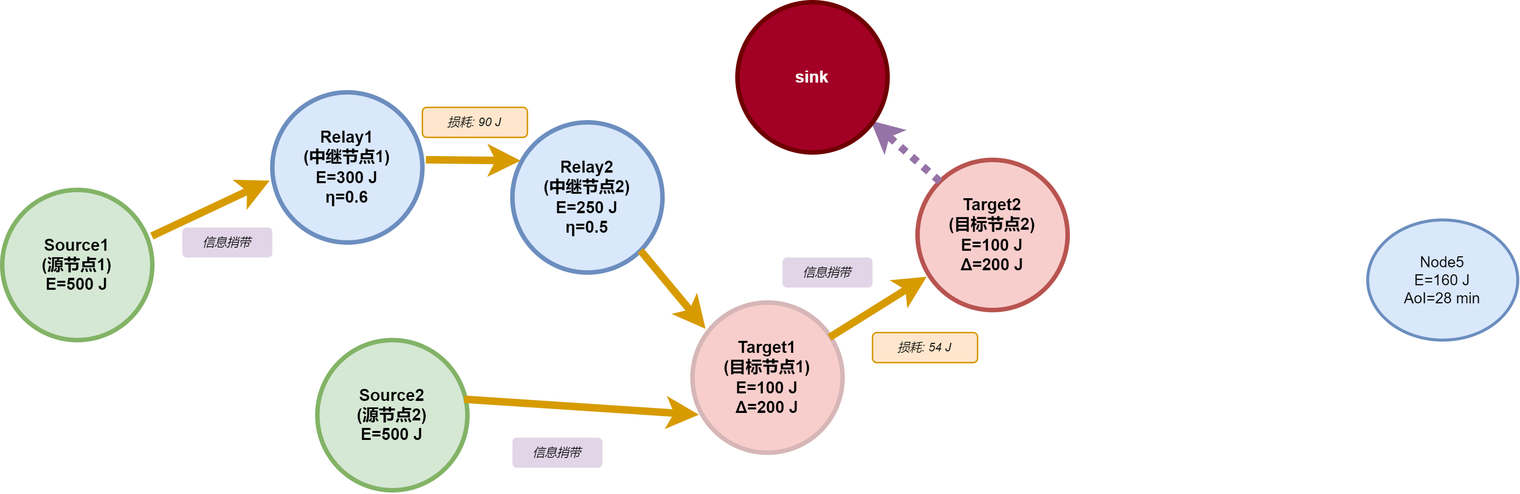
Above: paper_p/sections/figures/eetor_path_selection.png in Sherlock0129/WSN_ES (draw.io), before the change. Source tidied: cells renumbered, new cells last; positions are measured from the earlier drawing's top-left corner, leaving out a move shared by most shapes.
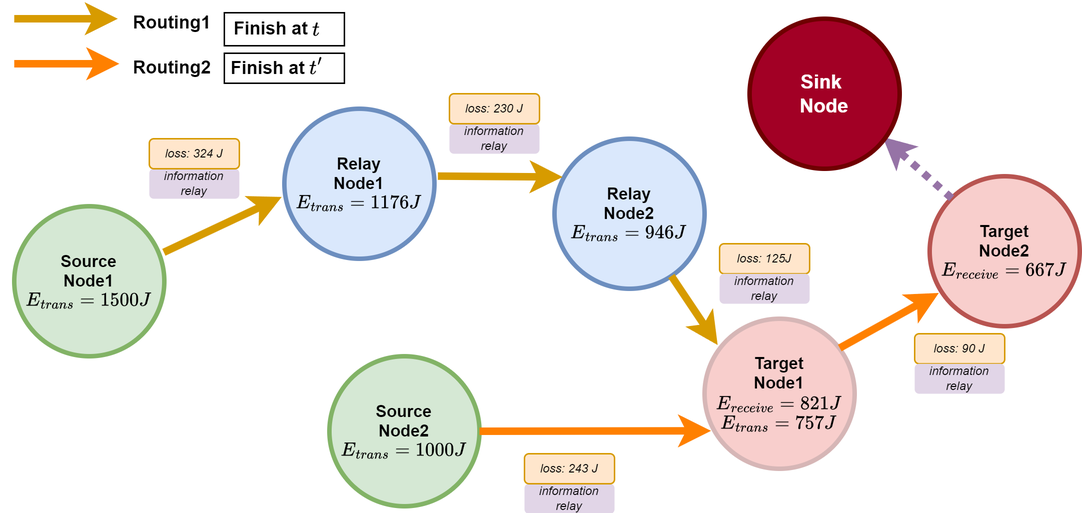
The same file after the commit.

Diff of the diagram source:
```diff
@@ -2,40 +2,40 @@
   <root>
     <mxCell id="0" />
     <mxCell id="1" parent="0" />
+    <mxCell id="21" style="rounded=0;whiteSpace=wrap;html=1;" parent="1" vertex="1">
+      <mxGeometry x="140" y="23" width="80" height="20" as="geometry" />
+    </mxCell>
+    <mxCell id="22" style="rounded=0;whiteSpace=wrap;html=1;" parent="1" vertex="1">
+      <mxGeometry x="140" y="-4" width="80" height="22" as="geometry" />
+    </mxCell>
-    <mxCell id="2" value="Source1&lt;br&gt;(源节点1)&lt;br&gt;E=500 J" style="ellipse;whiteSpace=wrap;html=1;fillColor=#d5e8d4;strokeColor=#82b366;strokeWidth=3;fontSize=11;fontStyle=1;" parent="1" vertex="1">
+    <mxCell id="2" value="Source&lt;div&gt;Node&lt;span style=&quot;background-color: initial;&quot;&gt;1&lt;/span&gt;&lt;/div&gt;&lt;div&gt;`E_{trans}=1500 J`&lt;/div&gt;" style="ellipse;whiteSpace=wrap;html=1;fillColor=#d5e8d4;strokeColor=#82b366;strokeWidth=3;fontSize=11;fontStyle=1;" parent="1" vertex="1">
       <mxGeometry y="125" width="100" height="100" as="geometry" />
     </mxCell>
-    <mxCell id="3" value="Relay1&#10;(中继节点1)&#10;E=300 J&#10;η=0.6" style="ellipse;whiteSpace=wrap;html=1;fillColor=#dae8fc;strokeColor=#6c8ebf;strokeWidth=3;fontSize=11;fontStyle=1;" parent="1" vertex="1">
+    <mxCell id="3" value="Relay&lt;div&gt;Node1&lt;/div&gt;&lt;div&gt;`E_{trans}=1176 J`&lt;br&gt;&lt;/div&gt;" style="ellipse;whiteSpace=wrap;html=1;fillColor=#dae8fc;strokeColor=#6c8ebf;strokeWidth=3;fontSize=11;fontStyle=1;" parent="1" vertex="1">
       <mxGeometry x="180" y="60" width="100" height="100" as="geometry" />
     </mxCell>
-    <mxCell id="4" value="Relay2&#10;(中继节点2)&#10;E=250 J&#10;η=0.5" style="ellipse;whiteSpace=wrap;html=1;fillColor=#dae8fc;strokeColor=#6c8ebf;strokeWidth=3;fontSize=11;fontStyle=1;" parent="1" vertex="1">
-      <mxGeometry x="340" y="80" width="100" height="100" as="geometry" />
+    <mxCell id="4" value="Relay&lt;div&gt;Node2&lt;br&gt;`E_{trans}=946 J`&lt;br&gt;&lt;/div&gt;" style="ellipse;whiteSpace=wrap;html=1;fillColor=#dae8fc;strokeColor=#6c8ebf;strokeWidth=3;fontSize=11;fontStyle=1;" parent="1" vertex="1">
+      <mxGeometry x="360" y="80" width="100" height="100" as="geometry" />
     </mxCell>
-    <mxCell id="5" value="Target1&lt;br&gt;(目标节点1)&lt;br&gt;E=100 J&lt;br&gt;Δ=200 J" style="ellipse;whiteSpace=wrap;html=1;fillColor=#f8cecc;strokeColor=#D6B6B6;strokeWidth=3;fontSize=11;fontStyle=1;" parent="1" vertex="1">
+    <mxCell id="5" value="Target&lt;div&gt;Node1&lt;br&gt;&lt;/div&gt;&lt;div&gt;`E_{receive}=821 J`&lt;br&gt;&lt;/div&gt;&lt;div&gt;`E_{trans}=757 J`&lt;br&gt;&lt;/div&gt;" style="ellipse;whiteSpace=wrap;html=1;fillColor=#f8cecc;strokeColor=#D6B6B6;strokeWidth=3;fontSize=11;fontStyle=1;" parent="1" vertex="1">
       <mxGeometry x="460" y="200" width="100" height="100" as="geometry" />
     </mxCell>
-    <mxCell id="6" value="Node5&#10;E=160 J&#10;AoI=28 min" style="ellipse;whiteSpace=wrap;html=1;fillColor=#dae8fc;strokeColor=#6c8ebf;strokeWidth=2;fontSize=10;" parent="1" vertex="1">
-      <mxGeometry x="910" y="145" width="100" height="80" as="geometry" />
-    </mxCell>
-    <mxCell id="7" value="信息捎带" style="text;html=1;strokeColor=none;fillColor=#e1d5e7;align=center;verticalAlign=middle;whiteSpace=wrap;rounded=1;fontSize=8;fontStyle=2;" parent="1" vertex="1">
-      <mxGeometry x="120" y="150" width="60" height="20" as="geometry" />
+    <mxCell id="7" value="information relay" style="text;html=1;strokeColor=none;fillColor=#e1d5e7;align=center;verticalAlign=middle;whiteSpace=wrap;rounded=1;fontSize=8;fontStyle=2;" parent="1" vertex="1">
+      <mxGeometry x="90" y="100" width="60" height="20" as="geometry" />
     </mxCell>
-    <mxCell id="8" value="信息捎带" style="text;html=1;strokeColor=none;fillColor=#e1d5e7;align=center;verticalAlign=middle;whiteSpace=wrap;rounded=1;fontSize=8;fontStyle=2;" parent="1" vertex="1">
-      <mxGeometry x="340" y="290" width="60" height="20" as="geometry" />
+    <mxCell id="8" value="information relay" style="text;html=1;strokeColor=none;fillColor=#e1d5e7;align=center;verticalAlign=middle;whiteSpace=wrap;rounded=1;fontSize=8;fontStyle=2;" parent="1" vertex="1">
+      <mxGeometry x="340" y="310" width="60" height="20" as="geometry" />
     </mxCell>
-    <mxCell id="9" value="信息捎带" style="text;html=1;strokeColor=none;fillColor=#e1d5e7;align=center;verticalAlign=middle;whiteSpace=wrap;rounded=1;fontSize=8;fontStyle=2;" parent="1" vertex="1">
-      <mxGeometry x="520" y="170" width="60" height="20" as="geometry" />
+    <mxCell id="9" value="information relay" style="text;html=1;strokeColor=none;fillColor=#e1d5e7;align=center;verticalAlign=middle;whiteSpace=wrap;rounded=1;fontSize=8;fontStyle=2;" parent="1" vertex="1">
+      <mxGeometry x="290" y="70" width="60" height="20" as="geometry" />
     </mxCell>
-    <mxCell id="10" value="损耗: 90 J" style="text;html=1;strokeColor=#d79b00;fillColor=#ffe6cc;align=center;verticalAlign=middle;whiteSpace=wrap;rounded=1;fontSize=8;fontStyle=2;" parent="1" vertex="1">
-      <mxGeometry x="280" y="70" width="70" height="20" as="geometry" />
+    <mxCell id="10" value="loss&lt;span style=&quot;background-color: initial;&quot;&gt;: 324 J&lt;/span&gt;" style="text;html=1;strokeColor=#d79b00;fillColor=#ffe6cc;align=center;verticalAlign=middle;whiteSpace=wrap;rounded=1;fontSize=8;fontStyle=2;" parent="1" vertex="1">
+      <mxGeometry x="90" y="80" width="60" height="20" as="geometry" />
     </mxCell>
-    <mxCell id="11" value="损耗: 54 J" style="text;html=1;strokeColor=#d79b00;fillColor=#ffe6cc;align=center;verticalAlign=middle;whiteSpace=wrap;rounded=1;fontSize=8;fontStyle=2;" parent="1" vertex="1">
-      <mxGeometry x="580" y="220" width="70" height="20" as="geometry" />
-    </mxCell>
-    <mxCell id="12" value="Source2&lt;br&gt;(源节点2)&lt;br&gt;E=500 J" style="ellipse;whiteSpace=wrap;html=1;fillColor=#d5e8d4;strokeColor=#82b366;strokeWidth=3;fontSize=11;fontStyle=1;" parent="1" vertex="1">
+    <mxCell id="12" value="Source&lt;div&gt;Node&lt;span style=&quot;background-color: initial;&quot;&gt;2&lt;/span&gt;&lt;/div&gt;&lt;div&gt;`E_{trans}=1000 J`&lt;br&gt;&lt;/div&gt;" style="ellipse;whiteSpace=wrap;html=1;fillColor=#d5e8d4;strokeColor=#82b366;strokeWidth=3;fontSize=11;fontStyle=1;" parent="1" vertex="1">
       <mxGeometry x="210" y="225" width="100" height="100" as="geometry" />
     </mxCell>
-    <mxCell id="13" value="Target2&lt;br&gt;(目标节点2)&lt;br&gt;E=100 J&lt;br&gt;Δ=200 J" style="ellipse;whiteSpace=wrap;html=1;fillColor=#f8cecc;strokeColor=#b85450;strokeWidth=3;fontSize=11;fontStyle=1;" parent="1" vertex="1">
+    <mxCell id="13" value="Target&lt;div&gt;Node2&lt;/div&gt;&lt;div&gt;`E_{receive}=667 J`&lt;br&gt;&lt;/div&gt;" style="ellipse;whiteSpace=wrap;html=1;fillColor=#f8cecc;strokeColor=#b85450;strokeWidth=3;fontSize=11;fontStyle=1;" parent="1" vertex="1">
       <mxGeometry x="610" y="105" width="100" height="100" as="geometry" />
     </mxCell>
     <mxCell id="14" style="endArrow=classic;html=1;rounded=0;strokeColor=#d79b00;strokeWidth=5;exitX=0.997;exitY=0.307;exitDx=0;exitDy=0;exitPerimeter=0;entryX=-0.018;entryY=0.588;entryDx=0;entryDy=0;entryPerimeter=0;" parent="1" edge="1" source="2" target="3">
@@ -44,20 +44,62 @@
     <mxCell id="15" style="endArrow=classic;html=1;rounded=0;strokeColor=#d79b00;strokeWidth=5;exitX=1.023;exitY=0.449;exitDx=0;exitDy=0;exitPerimeter=0;entryX=0.054;entryY=0.255;entryDx=0;entryDy=0;entryPerimeter=0;" parent="1" edge="1" source="3" target="4">
       <mxGeometry relative="1" as="geometry" />
     </mxCell>
-    <mxCell id="16" style="endArrow=classic;html=1;rounded=0;strokeColor=#d79b00;strokeWidth=5;entryX=0.087;entryY=0.175;entryDx=0;entryDy=0;entryPerimeter=0;exitX=1;exitY=1;exitDx=0;exitDy=0;" parent="1" edge="1" source="4" target="5">
+    <mxCell id="16" style="endArrow=classic;html=1;rounded=0;strokeColor=#d79b00;strokeWidth=5;entryX=0.087;entryY=0.175;entryDx=0;entryDy=0;entryPerimeter=0;" parent="1" edge="1" source="4" target="5">
       <mxGeometry relative="1" as="geometry" />
     </mxCell>
-    <mxCell id="17" style="endArrow=classic;html=1;rounded=0;strokeColor=#d79b00;strokeWidth=5;exitX=0.979;exitY=0.394;exitDx=0;exitDy=0;entryX=0.043;entryY=0.747;entryDx=0;entryDy=0;entryPerimeter=0;exitPerimeter=0;" parent="1" edge="1" source="12" target="5">
+    <mxCell id="17" style="endArrow=classic;html=1;rounded=0;strokeColor=#FF8000;strokeWidth=5;exitX=1;exitY=0.5;exitDx=0;exitDy=0;entryX=0.043;entryY=0.747;entryDx=0;entryDy=0;entryPerimeter=0;" parent="1" edge="1" source="12" target="5">
       <mxGeometry relative="1" as="geometry" />
     </mxCell>
-    <mxCell id="18" style="endArrow=classic;html=1;rounded=0;strokeColor=#d79b00;strokeWidth=5;exitX=0.913;exitY=0.232;exitDx=0;exitDy=0;exitPerimeter=0;entryX=0.061;entryY=0.778;entryDx=0;entryDy=0;entryPerimeter=0;" parent="1" edge="1" source="5" target="13">
+    <mxCell id="18" style="endArrow=classic;html=1;rounded=0;strokeColor=#FF8000;strokeWidth=5;entryX=0.061;entryY=0.778;entryDx=0;entryDy=0;entryPerimeter=0;exitX=0.901;exitY=0.195;exitDx=0;exitDy=0;exitPerimeter=0;" parent="1" edge="1" source="5" target="13">
       <mxGeometry relative="1" as="geometry" />
     </mxCell>
-    <mxCell id="19" style="endArrow=classic;html=1;rounded=0;strokeColor=#9673a6;strokeWidth=5;exitX=0;exitY=0;exitDx=0;exitDy=0;dashed=1;dashPattern=1 1;fillColor=#e1d5e7;entryX=0.887;entryY=0.788;entryDx=0;entryDy=0;entryPerimeter=0;" parent="1" edge="1" source="13" target="20">
+    <mxCell id="19" style="endArrow=classic;html=1;rounded=0;strokeColor=#9673a6;strokeWidth=5;exitX=0;exitY=0;exitDx=0;exitDy=0;dashed=1;fillColor=#e1d5e7;entryX=0.887;entryY=0.788;entryDx=0;entryDy=0;entryPerimeter=0;dashPattern=1 1;" parent="1" edge="1" source="13" target="20">
       <mxGeometry relative="1" as="geometry" />
     </mxCell>
-    <mxCell id="20" value="sink" style="ellipse;whiteSpace=wrap;html=1;fillColor=#a20025;strokeColor=#6F0000;strokeWidth=3;fontSize=11;fontStyle=1;fontColor=#ffffff;" parent="1" vertex="1">
+    <mxCell id="20" value="&lt;font style=&quot;font-size: 13px;&quot;&gt;Sink&amp;nbsp;&lt;/font&gt;&lt;div style=&quot;font-size: 13px;&quot;&gt;&lt;font style=&quot;font-size: 13px;&quot;&gt;Node&lt;/font&gt;&lt;/div&gt;" style="ellipse;whiteSpace=wrap;html=1;fillColor=#a20025;strokeColor=#6F0000;strokeWidth=3;fontSize=11;fontStyle=1;fontColor=#ffffff;" parent="1" vertex="1">
       <mxGeometry x="490" width="100" height="100" as="geometry" />
     </mxCell>
+    <mxCell id="23" style="endArrow=classic;html=1;rounded=0;strokeColor=#d79b00;strokeWidth=5;exitX=0.997;exitY=0.307;exitDx=0;exitDy=0;exitPerimeter=0;" parent="1" edge="1">
+      <mxGeometry relative="1" as="geometry">
+        <mxPoint as="sourcePoint" />
+        <mxPoint x="69" as="targetPoint" />
+      </mxGeometry>
+    </mxCell>
+    <mxCell id="24" style="endArrow=classic;html=1;rounded=0;strokeColor=#FF8000;strokeWidth=5;exitX=1;exitY=0.5;exitDx=0;exitDy=0;" parent="1" edge="1">
+      <mxGeometry relative="1" as="geometry">
+        <mxPoint y="30" as="sourcePoint" />
+        <mxPoint x="70" y="30" as="targetPoint" />
+      </mxGeometry>
+    </mxCell>
+    <mxCell id="25" value="Routing1" style="text;html=1;align=center;verticalAlign=middle;strokeColor=none;fillColor=none;fontStyle=1;" parent="1" vertex="1">
+      <mxGeometry x="70" y="-12" width="70" height="30" as="geometry" />
+    </mxCell>
+    <mxCell id="26" value="Routing2" style="text;html=1;align=center;verticalAlign=middle;strokeColor=none;fillColor=none;fontStyle=1;" parent="1" vertex="1">
+      <mxGeometry x="70" y="18" width="70" height="30" as="geometry" />
+    </mxCell>
+    <mxCell id="27" value="loss&lt;span style=&quot;background-color: initial;&quot;&gt;: 230 J&lt;/span&gt;" style="text;html=1;strokeColor=#d79b00;fillColor=#ffe6cc;align=center;verticalAlign=middle;whiteSpace=wrap;rounded=1;fontSize=8;fontStyle=2;" parent="1" vertex="1">
+      <mxGeometry x="290" y="50" width="60" height="20" as="geometry" />
+    </mxCell>
+    <mxCell id="28" value="loss&lt;span style=&quot;background-color: initial;&quot;&gt;: 243 J&lt;/span&gt;" style="text;html=1;strokeColor=#d79b00;fillColor=#ffe6cc;align=center;verticalAlign=middle;whiteSpace=wrap;rounded=1;fontSize=8;fontStyle=2;" parent="1" vertex="1">
+      <mxGeometry x="340" y="290" width="60" height="20" as="geometry" />
+    </mxCell>
+    <mxCell id="29" value="loss&lt;span style=&quot;background-color: initial;&quot;&gt;: 125J&lt;/span&gt;" style="text;html=1;strokeColor=#d79b00;fillColor=#ffe6cc;align=center;verticalAlign=middle;whiteSpace=wrap;rounded=1;fontSize=8;fontStyle=2;" parent="1" vertex="1">
+      <mxGeometry x="470" y="150" width="60" height="20" as="geometry" />
+    </mxCell>
+    <mxCell id="30" value="loss&lt;span style=&quot;background-color: initial;&quot;&gt;: 90 J&lt;/span&gt;" style="text;html=1;strokeColor=#d79b00;fillColor=#ffe6cc;align=center;verticalAlign=middle;whiteSpace=wrap;rounded=1;fontSize=8;fontStyle=2;" parent="1" vertex="1">
+      <mxGeometry x="600" y="210" width="60" height="20" as="geometry" />
+    </mxCell>
+    <mxCell id="31" value="information relay" style="text;html=1;strokeColor=none;fillColor=#e1d5e7;align=center;verticalAlign=middle;whiteSpace=wrap;rounded=1;fontSize=8;fontStyle=2;" parent="1" vertex="1">
+      <mxGeometry x="470" y="170" width="60" height="20" as="geometry" />
+    </mxCell>
+    <mxCell id="32" value="information relay" style="text;html=1;strokeColor=none;fillColor=#e1d5e7;align=center;verticalAlign=middle;whiteSpace=wrap;rounded=1;fontSize=8;fontStyle=2;" parent="1" vertex="1">
+      <mxGeometry x="600" y="230" width="60" height="20" as="geometry" />
+    </mxCell>
+    <mxCell id="33" value="&lt;b&gt;Finish at `t`&lt;/b&gt;" style="text;html=1;align=center;verticalAlign=middle;strokeColor=none;fillColor=none;" parent="1" vertex="1">
+      <mxGeometry x="130" y="-8" width="90" height="30" as="geometry" />
+    </mxCell>
+    <mxCell id="34" value="&lt;b&gt;Finish at `t^'`&lt;/b&gt;" style="text;html=1;align=center;verticalAlign=middle;strokeColor=none;fillColor=none;" parent="1" vertex="1">
+      <mxGeometry x="125" y="18" width="100" height="30" as="geometry" />
+    </mxCell>
   </root>
 </mxGraphModel>
```
